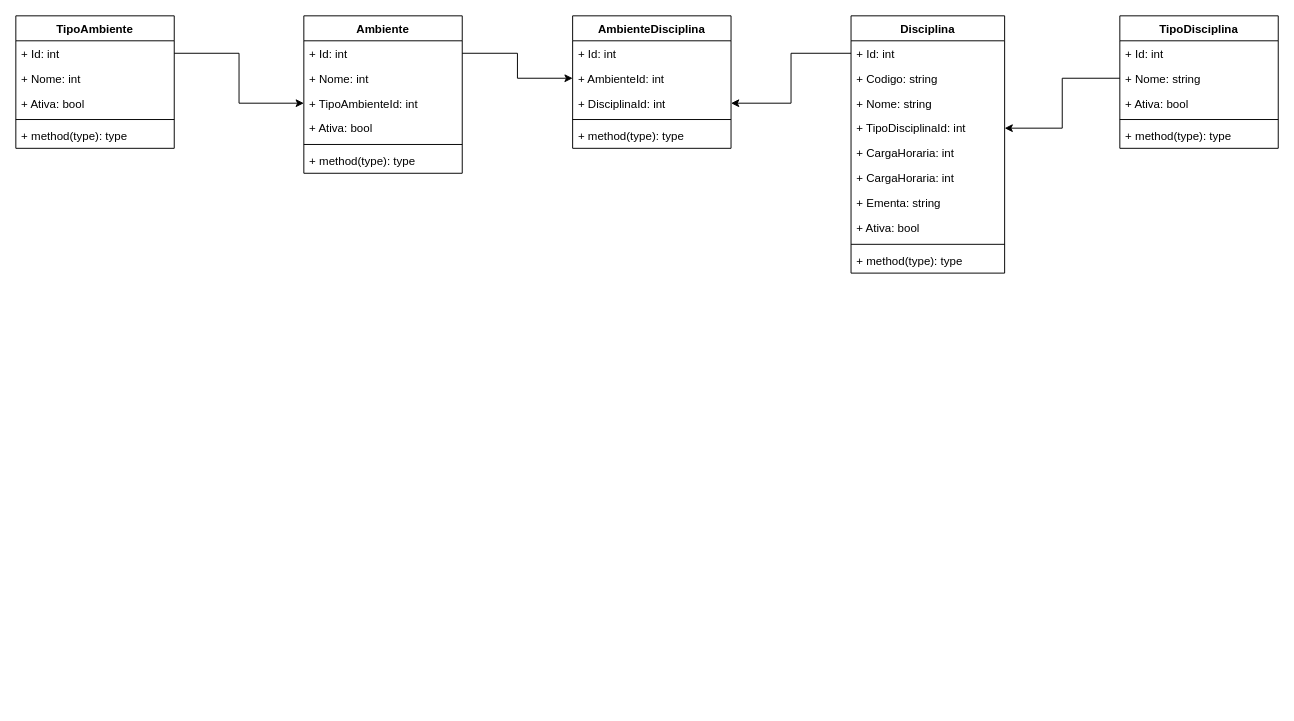
Above: page "POO - Diagrama de Classe" (2 of 2) of DiagramaDeClasse.drawio in Mathschmidt/POO-Abstracao (draw.io), before the change. Source tidied: cells renumbered, new cells numbered last; positions are measured from the earlier drawing's top-left corner, leaving out a move shared by most shapes. Both pictures are drawn from the tidied source at 96%, with x=0, y=0 at pixel (15, 15).
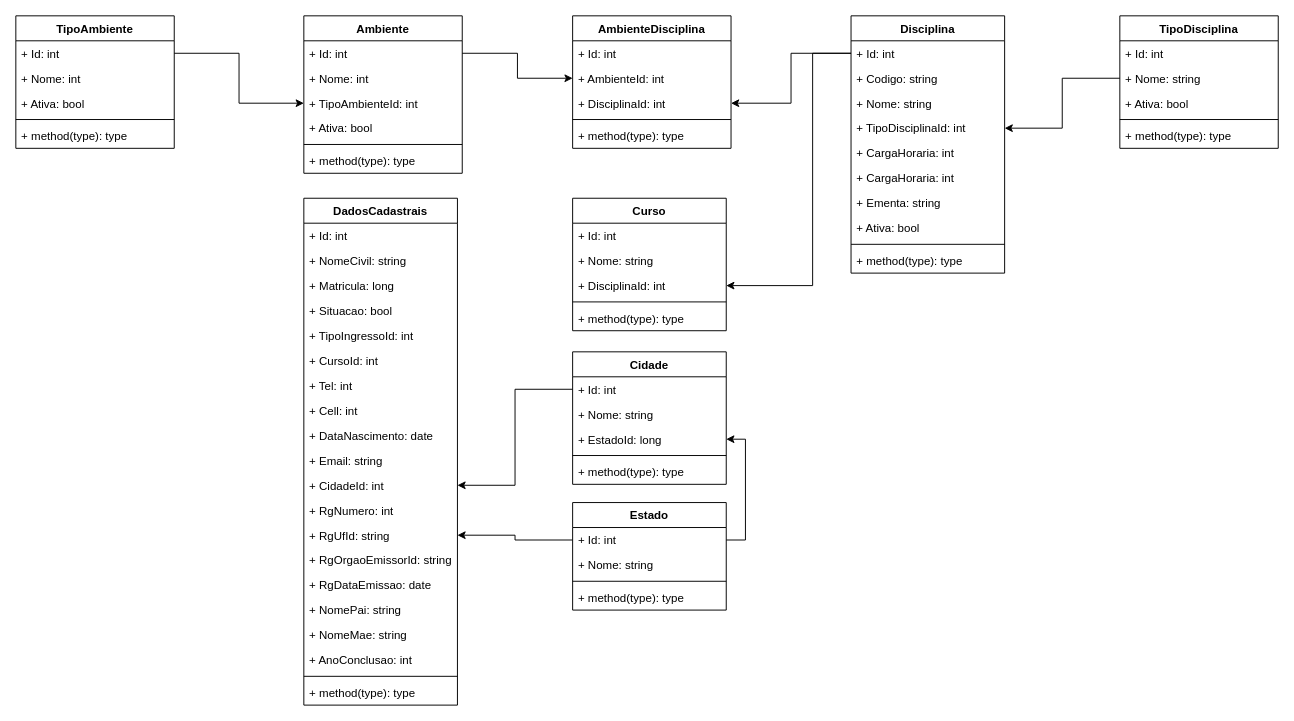
Above is the later version.

Commit message:
CriandoParte1Academico_DiagramaDeClasse.drawio

The change refers to these unchanged cells:
```xml
<mxCell id="3" value="+ Id: int" style="text;strokeColor=none;fillColor=none;align=left;verticalAlign=top;spacingLeft=4;spacingRight=4;overflow=hidden;points=[[0,0.5],[1,0.5]];portConstraint=eastwest;" parent="2" vertex="1">
  <mxGeometry y="26" width="160" height="26" as="geometry" />
</mxCell>
```

The edit, as a diff of the source:
```diff
@@
+    <mxCell id="42" value="DadosCadastrais" style="swimlane;fontStyle=1;align=center;verticalAlign=top;horizontal=1;startSize=26;" parent="1" vertex="1">
+      <mxGeometry x="300" y="190" width="160" height="528" as="geometry" />
+    </mxCell>
+    <mxCell id="43" value="+ Id: int" style="text;strokeColor=none;fillColor=none;align=left;verticalAlign=top;spacingLeft=4;spacingRight=4;overflow=hidden;" parent="42" vertex="1">
+      <mxGeometry y="26" width="160" height="26" as="geometry" />
+    </mxCell>
+    <mxCell id="44" value="+ NomeCivil: string" style="text;strokeColor=none;fillColor=none;align=left;verticalAlign=top;spacingLeft=4;spacingRight=4;overflow=hidden;" parent="42" vertex="1">
+      <mxGeometry y="52" width="160" height="26" as="geometry" />
+    </mxCell>
+    <mxCell id="45" value="+ Matricula: long" style="text;strokeColor=none;fillColor=none;align=left;verticalAlign=top;spacingLeft=4;spacingRight=4;overflow=hidden;" parent="42" vertex="1">
+      <mxGeometry y="78" width="160" height="26" as="geometry" />
+    </mxCell>
+    <mxCell id="46" value="+ Situacao: bool " style="text;strokeColor=none;fillColor=none;align=left;verticalAlign=top;spacingLeft=4;spacingRight=4;overflow=hidden;" parent="42" vertex="1">
+      <mxGeometry y="104" width="160" height="26" as="geometry" />
+    </mxCell>
+    <mxCell id="47" value="+ TipoIngressoId: int" style="text;strokeColor=none;fillColor=none;align=left;verticalAlign=top;spacingLeft=4;spacingRight=4;overflow=hidden;" parent="42" vertex="1">
+      <mxGeometry y="130" width="160" height="26" as="geometry" />
+    </mxCell>
+    <mxCell id="48" value="+ CursoId: int" style="text;strokeColor=none;fillColor=none;align=left;verticalAlign=top;spacingLeft=4;spacingRight=4;overflow=hidden;" parent="42" vertex="1">
+      <mxGeometry y="156" width="160" height="26" as="geometry" />
+    </mxCell>
+    <mxCell id="49" value="+ Tel: int" style="text;strokeColor=none;fillColor=none;align=left;verticalAlign=top;spacingLeft=4;spacingRight=4;overflow=hidden;" parent="42" vertex="1">
+      <mxGeometry y="182" width="160" height="26" as="geometry" />
+    </mxCell>
+    <mxCell id="50" value="+ Cell: int" style="text;strokeColor=none;fillColor=none;align=left;verticalAlign=top;spacingLeft=4;spacingRight=4;overflow=hidden;" parent="42" vertex="1">
+      <mxGeometry y="208" width="160" height="26" as="geometry" />
+    </mxCell>
+    <mxCell id="51" value="+ DataNascimento: date" style="text;strokeColor=none;fillColor=none;align=left;verticalAlign=top;spacingLeft=4;spacingRight=4;overflow=hidden;" parent="42" vertex="1">
+      <mxGeometry y="234" width="160" height="26" as="geometry" />
+    </mxCell>
+    <mxCell id="52" value="+ Email: string" style="text;strokeColor=none;fillColor=none;align=left;verticalAlign=top;spacingLeft=4;spacingRight=4;overflow=hidden;" parent="42" vertex="1">
+      <mxGeometry y="260" width="160" height="26" as="geometry" />
+    </mxCell>
+    <mxCell id="53" value="+ CidadeId: int" style="text;strokeColor=none;fillColor=none;align=left;verticalAlign=top;spacingLeft=4;spacingRight=4;overflow=hidden;points=[[0,0.5],[1,0.5]];portConstraint=eastwest;" parent="42" vertex="1">
+      <mxGeometry y="286" width="160" height="26" as="geometry" />
+    </mxCell>
+    <mxCell id="54" value="+ RgNumero: int" style="text;strokeColor=none;fillColor=none;align=left;verticalAlign=top;spacingLeft=4;spacingRight=4;overflow=hidden;" parent="42" vertex="1">
+      <mxGeometry y="312" width="160" height="26" as="geometry" />
+    </mxCell>
+    <mxCell id="55" value="+ RgUfId: string" style="text;strokeColor=none;fillColor=none;align=left;verticalAlign=top;spacingLeft=4;spacingRight=4;overflow=hidden;points=[[0,0.5],[1,0.5]];portConstraint=eastwest;" parent="42" vertex="1">
+      <mxGeometry y="338" width="160" height="26" as="geometry" />
+    </mxCell>
+    <mxCell id="56" value="+ RgOrgaoEmissorId: string" style="text;strokeColor=none;fillColor=none;align=left;verticalAlign=top;spacingLeft=4;spacingRight=4;overflow=hidden;" parent="42" vertex="1">
+      <mxGeometry y="364" width="160" height="26" as="geometry" />
+    </mxCell>
+    <mxCell id="57" value="+ RgDataEmissao: date" style="text;strokeColor=none;fillColor=none;align=left;verticalAlign=top;spacingLeft=4;spacingRight=4;overflow=hidden;" parent="42" vertex="1">
+      <mxGeometry y="390" width="160" height="26" as="geometry" />
+    </mxCell>
+    <mxCell id="58" value="+ NomePai: string" style="text;strokeColor=none;fillColor=none;align=left;verticalAlign=top;spacingLeft=4;spacingRight=4;overflow=hidden;" parent="42" vertex="1">
+      <mxGeometry y="416" width="160" height="26" as="geometry" />
+    </mxCell>
+    <mxCell id="59" value="+ NomeMae: string" style="text;strokeColor=none;fillColor=none;align=left;verticalAlign=top;spacingLeft=4;spacingRight=4;overflow=hidden;" parent="42" vertex="1">
+      <mxGeometry y="442" width="160" height="26" as="geometry" />
+    </mxCell>
+    <mxCell id="60" value="+ AnoConclusao: int" style="text;strokeColor=none;fillColor=none;align=left;verticalAlign=top;spacingLeft=4;spacingRight=4;overflow=hidden;" parent="42" vertex="1">
+      <mxGeometry y="468" width="160" height="26" as="geometry" />
+    </mxCell>
+    <mxCell id="61" style="line;strokeWidth=1;fillColor=none;align=left;verticalAlign=middle;spacingTop=-1;spacingLeft=3;spacingRight=3;labelPosition=right;" parent="42" vertex="1">
+      <mxGeometry y="494" width="160" height="8" as="geometry" />
+    </mxCell>
+    <mxCell id="62" value="+ method(type): type" style="text;strokeColor=none;fillColor=none;align=left;verticalAlign=top;spacingLeft=4;spacingRight=4;overflow=hidden;" parent="42" vertex="1">
+      <mxGeometry y="502" width="160" height="26" as="geometry" />
+    </mxCell>
+    <mxCell id="63" value="Curso" style="swimlane;fontStyle=1;align=center;verticalAlign=top;horizontal=1;startSize=26;" parent="1" vertex="1">
+      <mxGeometry x="580" y="190" width="160" height="138" as="geometry" />
+    </mxCell>
+    <mxCell id="64" value="+ Id: int" style="text;strokeColor=none;fillColor=none;align=left;verticalAlign=top;spacingLeft=4;spacingRight=4;overflow=hidden;" parent="63" vertex="1">
+      <mxGeometry y="26" width="160" height="26" as="geometry" />
+    </mxCell>
+    <mxCell id="65" value="+ Nome: string" style="text;strokeColor=none;fillColor=none;align=left;verticalAlign=top;spacingLeft=4;spacingRight=4;overflow=hidden;" parent="63" vertex="1">
+      <mxGeometry y="52" width="160" height="26" as="geometry" />
+    </mxCell>
+    <mxCell id="66" value="+ DisciplinaId: int" style="text;strokeColor=none;fillColor=none;align=left;verticalAlign=top;spacingLeft=4;spacingRight=4;overflow=hidden;points=[[0,0.5],[1,0.5]];portConstraint=eastwest;" parent="63" vertex="1">
+      <mxGeometry y="78" width="160" height="26" as="geometry" />
+    </mxCell>
+    <mxCell id="67" style="line;strokeWidth=1;fillColor=none;align=left;verticalAlign=middle;spacingTop=-1;spacingLeft=3;spacingRight=3;labelPosition=right;" parent="63" vertex="1">
+      <mxGeometry y="104" width="160" height="8" as="geometry" />
+    </mxCell>
+    <mxCell id="68" value="+ method(type): type" style="text;strokeColor=none;fillColor=none;align=left;verticalAlign=top;spacingLeft=4;spacingRight=4;overflow=hidden;" parent="63" vertex="1">
+      <mxGeometry y="112" width="160" height="26" as="geometry" />
+    </mxCell>
+    <mxCell id="69" value="Cidade" style="swimlane;fontStyle=1;align=center;verticalAlign=top;horizontal=1;startSize=26;" parent="1" vertex="1">
+      <mxGeometry x="580" y="350" width="160" height="138" as="geometry" />
+    </mxCell>
+    <mxCell id="70" value="+ Id: int" style="text;strokeColor=none;fillColor=none;align=left;verticalAlign=top;spacingLeft=4;spacingRight=4;overflow=hidden;points=[[0,0.5],[1,0.5]];portConstraint=eastwest;" parent="69" vertex="1">
+      <mxGeometry y="26" width="160" height="26" as="geometry" />
+    </mxCell>
+    <mxCell id="71" value="+ Nome: string" style="text;strokeColor=none;fillColor=none;align=left;verticalAlign=top;spacingLeft=4;spacingRight=4;overflow=hidden;" parent="69" vertex="1">
+      <mxGeometry y="52" width="160" height="26" as="geometry" />
+    </mxCell>
+    <mxCell id="72" value="+ EstadoId: long" style="text;strokeColor=none;fillColor=none;align=left;verticalAlign=top;spacingLeft=4;spacingRight=4;overflow=hidden;points=[[0,0.5],[1,0.5]];portConstraint=eastwest;" parent="69" vertex="1">
+      <mxGeometry y="78" width="160" height="26" as="geometry" />
+    </mxCell>
+    <mxCell id="73" style="line;strokeWidth=1;fillColor=none;align=left;verticalAlign=middle;spacingTop=-1;spacingLeft=3;spacingRight=3;labelPosition=right;" parent="69" vertex="1">
+      <mxGeometry y="104" width="160" height="8" as="geometry" />
+    </mxCell>
+    <mxCell id="74" value="+ method(type): type" style="text;strokeColor=none;fillColor=none;align=left;verticalAlign=top;spacingLeft=4;spacingRight=4;overflow=hidden;" parent="69" vertex="1">
+      <mxGeometry y="112" width="160" height="26" as="geometry" />
+    </mxCell>
+    <mxCell id="75" value="Estado" style="swimlane;fontStyle=1;align=center;verticalAlign=top;horizontal=1;startSize=26;" parent="1" vertex="1">
+      <mxGeometry x="580" y="507" width="160" height="112" as="geometry" />
+    </mxCell>
+    <mxCell id="76" value="+ Id: int" style="text;strokeColor=none;fillColor=none;align=left;verticalAlign=top;spacingLeft=4;spacingRight=4;overflow=hidden;points=[[0,0.5],[1,0.5]];portConstraint=eastwest;" parent="75" vertex="1">
+      <mxGeometry y="26" width="160" height="26" as="geometry" />
+    </mxCell>
+    <mxCell id="77" value="+ Nome: string" style="text;strokeColor=none;fillColor=none;align=left;verticalAlign=top;spacingLeft=4;spacingRight=4;overflow=hidden;" parent="75" vertex="1">
+      <mxGeometry y="52" width="160" height="26" as="geometry" />
+    </mxCell>
+    <mxCell id="78" style="line;strokeWidth=1;fillColor=none;align=left;verticalAlign=middle;spacingTop=-1;spacingLeft=3;spacingRight=3;labelPosition=right;" parent="75" vertex="1">
+      <mxGeometry y="78" width="160" height="8" as="geometry" />
+    </mxCell>
+    <mxCell id="79" value="+ method(type): type" style="text;strokeColor=none;fillColor=none;align=left;verticalAlign=top;spacingLeft=4;spacingRight=4;overflow=hidden;" parent="75" vertex="1">
+      <mxGeometry y="86" width="160" height="26" as="geometry" />
+    </mxCell>
+    <mxCell id="80" style="edgeStyle=orthogonalEdgeStyle;rounded=0;jettySize=auto;html=1;exitX=0;exitY=0.5;exitDx=0;exitDy=0;entryX=1;entryY=0.5;entryDx=0;entryDy=0;" parent="1" edge="1" source="3" target="66">
+      <mxGeometry relative="1" as="geometry">
+        <Array as="points">
+          <mxPoint x="830" y="39" />
+          <mxPoint x="830" y="281" />
+        </Array>
+      </mxGeometry>
+    </mxCell>
+    <mxCell id="81" style="edgeStyle=orthogonalEdgeStyle;rounded=0;jettySize=auto;html=1;exitX=0;exitY=0.5;exitDx=0;exitDy=0;entryX=1;entryY=0.5;entryDx=0;entryDy=0;" parent="1" edge="1" source="70" target="53">
+      <mxGeometry relative="1" as="geometry" />
+    </mxCell>
+    <mxCell id="82" style="edgeStyle=orthogonalEdgeStyle;rounded=0;jettySize=auto;html=1;exitX=0;exitY=0.5;exitDx=0;exitDy=0;entryX=1;entryY=0.5;entryDx=0;entryDy=0;" parent="1" edge="1" source="76" target="55">
+      <mxGeometry relative="1" as="geometry" />
+    </mxCell>
+    <mxCell id="83" style="edgeStyle=orthogonalEdgeStyle;rounded=0;jettySize=auto;html=1;exitX=1;exitY=0.5;exitDx=0;exitDy=0;entryX=1;entryY=0.5;entryDx=0;entryDy=0;" parent="1" edge="1" source="76" target="72">
+      <mxGeometry relative="1" as="geometry" />
+    </mxCell>
```
